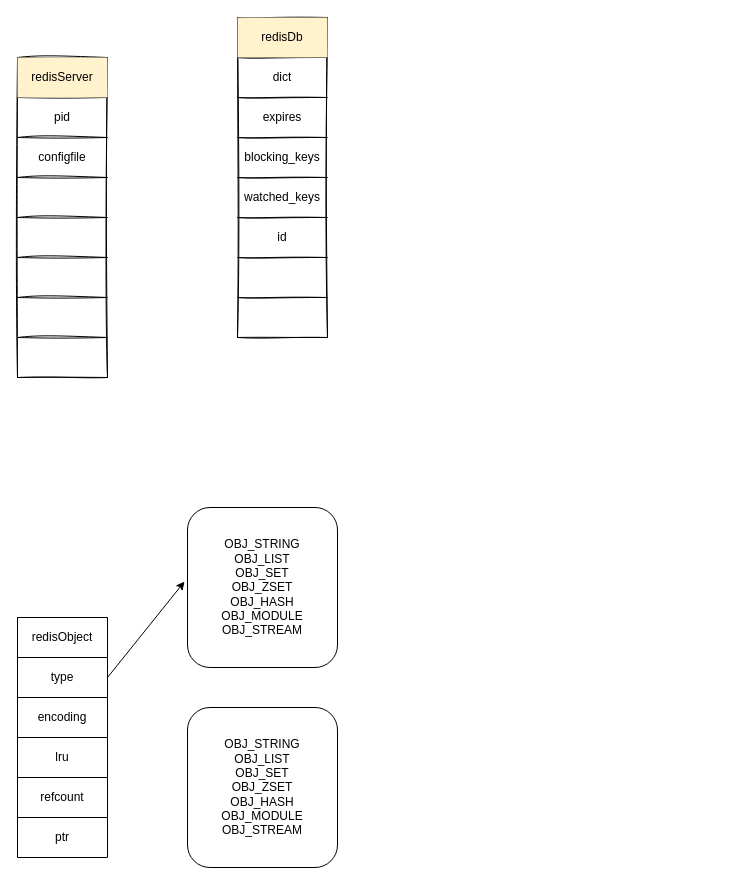
The draw.io diagram redis/redis整体架构.drawio in erlieStar/diagrams, before the edit. Source tidied: cells renumbered, new cells numbered last; positions are measured from the earlier drawing's top-left corner, leaving out a move shared by most shapes. Both pictures are drawn from the tidied source at 100%, with x=0, y=0 at pixel (17, 17).
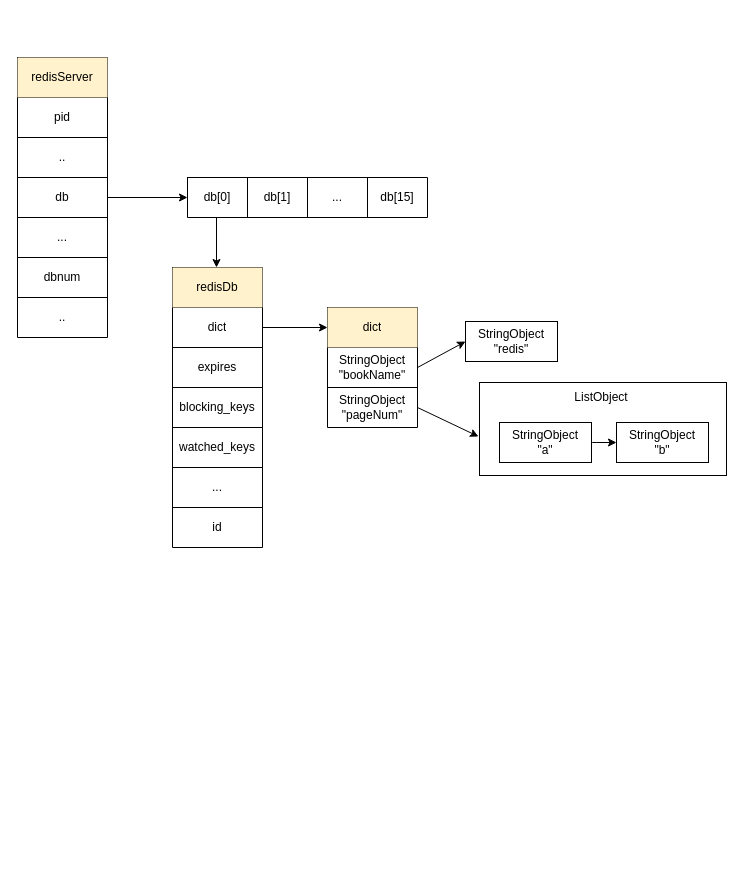
The same page after the edit.

The change refers to these unchanged cells:
```xml
<mxCell id="7" style="shape=partialRectangle;html=1;whiteSpace=wrap;fillColor=none;top=0;left=0;bottom=0;right=0;" parent="2" vertex="1">
  <mxGeometry y="80" width="90" height="40" as="geometry" />
</mxCell>
<mxCell id="9" style="shape=partialRectangle;html=1;whiteSpace=wrap;fillColor=none;top=0;left=0;bottom=0;right=0;points=[[0,0.5],[1,0.5]];portConstraint=eastwest;" parent="2" vertex="1">
  <mxGeometry y="120" width="90" height="40" as="geometry" />
</mxCell>
<mxCell id="11" style="shape=partialRectangle;html=1;whiteSpace=wrap;fillColor=none;top=0;left=0;bottom=0;right=0;" parent="2" vertex="1">
  <mxGeometry y="160" width="90" height="40" as="geometry" />
</mxCell>
<mxCell id="13" style="shape=partialRectangle;html=1;whiteSpace=wrap;fillColor=none;top=0;left=0;bottom=0;right=0;" parent="2" vertex="1">
  <mxGeometry y="200" width="90" height="40" as="geometry" />
</mxCell>
<mxCell id="15" style="shape=partialRectangle;html=1;whiteSpace=wrap;fillColor=none;top=0;left=0;bottom=0;right=0;" parent="2" vertex="1">
  <mxGeometry y="240" width="90" height="40" as="geometry" />
</mxCell>
<mxCell id="22" style="shape=partialRectangle;html=1;whiteSpace=wrap;fillColor=none;top=0;left=0;bottom=0;right=0;points=[[0,0.5],[1,0.5]];portConstraint=eastwest;" parent="19" vertex="1">
  <mxGeometry y="40" width="90" height="40" as="geometry" />
</mxCell>
<mxCell id="30" style="shape=partialRectangle;html=1;whiteSpace=wrap;fillColor=none;top=0;left=0;bottom=0;right=0;" parent="19" vertex="1">
  <mxGeometry y="200" width="90" height="40" as="geometry" />
</mxCell>
<mxCell id="32" style="shape=partialRectangle;html=1;whiteSpace=wrap;fillColor=none;top=0;left=0;bottom=0;right=0;" parent="19" vertex="1">
  <mxGeometry y="240" width="90" height="40" as="geometry" />
</mxCell>
```

Change to the diagram source:
```diff
@@
+    <mxCell id="52" style="rounded=0;whiteSpace=wrap;html=1;sketch=0;" parent="1" vertex="1">
+      <mxGeometry x="462" y="365" width="247" height="93" as="geometry" />
+    </mxCell>
-    <mxCell id="2" style="shape=table;html=1;whiteSpace=wrap;startSize=0;childLayout=tableLayout;sketch=1;" parent="1" vertex="1">
-      <mxGeometry y="40" width="90" height="320" as="geometry" />
+    <mxCell id="2" style="shape=table;html=1;whiteSpace=wrap;startSize=0;childLayout=tableLayout;sketch=0;" parent="1" vertex="1">
+      <mxGeometry y="40" width="90" height="280" as="geometry" />
     </mxCell>
@@
-    <mxCell id="8" value="configfile" style="shape=partialRectangle;html=1;whiteSpace=wrap;fillColor=none;top=0;left=0;bottom=0;right=0;overflow=hidden;" parent="7" vertex="1">
+    <mxCell id="8" value=".." style="shape=partialRectangle;html=1;whiteSpace=wrap;fillColor=none;top=0;left=0;bottom=0;right=0;overflow=hidden;" parent="7" vertex="1">
       <mxGeometry width="90" height="40" as="geometry" />
     </mxCell>
@@
-    <mxCell id="10" style="shape=partialRectangle;html=1;whiteSpace=wrap;fillColor=none;top=0;left=0;bottom=0;right=0;overflow=hidden;" parent="9" vertex="1">
+    <mxCell id="10" value="db" style="shape=partialRectangle;html=1;whiteSpace=wrap;fillColor=none;top=0;left=0;bottom=0;right=0;overflow=hidden;" parent="9" vertex="1">
       <mxGeometry width="90" height="40" as="geometry" />
     </mxCell>
@@
-    <mxCell id="12" style="shape=partialRectangle;html=1;whiteSpace=wrap;fillColor=none;top=0;left=0;bottom=0;right=0;overflow=hidden;" parent="11" vertex="1">
+    <mxCell id="12" value="..." style="shape=partialRectangle;html=1;whiteSpace=wrap;fillColor=none;top=0;left=0;bottom=0;right=0;overflow=hidden;" parent="11" vertex="1">
       <mxGeometry width="90" height="40" as="geometry" />
     </mxCell>
@@
-    <mxCell id="14" style="shape=partialRectangle;html=1;whiteSpace=wrap;fillColor=none;top=0;left=0;bottom=0;right=0;overflow=hidden;" parent="13" vertex="1">
+    <mxCell id="14" value="dbnum" style="shape=partialRectangle;html=1;whiteSpace=wrap;fillColor=none;top=0;left=0;bottom=0;right=0;overflow=hidden;" parent="13" vertex="1">
       <mxGeometry width="90" height="40" as="geometry" />
     </mxCell>
@@
-    <mxCell id="16" style="shape=partialRectangle;html=1;whiteSpace=wrap;fillColor=none;top=0;left=0;bottom=0;right=0;overflow=hidden;" parent="15" vertex="1">
+    <mxCell id="16" value=".." style="shape=partialRectangle;html=1;whiteSpace=wrap;fillColor=none;top=0;left=0;bottom=0;right=0;overflow=hidden;" parent="15" vertex="1">
       <mxGeometry width="90" height="40" as="geometry" />
     </mxCell>
-    <mxCell id="17" style="shape=partialRectangle;html=1;whiteSpace=wrap;fillColor=none;top=0;left=0;bottom=0;right=0;" parent="2" vertex="1">
-      <mxGeometry y="280" width="90" height="40" as="geometry" />
-    </mxCell>
-    <mxCell id="18" style="shape=partialRectangle;html=1;whiteSpace=wrap;fillColor=none;top=0;left=0;bottom=0;right=0;overflow=hidden;" parent="17" vertex="1">
-      <mxGeometry width="90" height="40" as="geometry" />
-    </mxCell>
-    <mxCell id="19" style="shape=table;html=1;whiteSpace=wrap;startSize=0;childLayout=tableLayout;sketch=1;" parent="1" vertex="1">
-      <mxGeometry x="220" width="90" height="320" as="geometry" />
+    <mxCell id="19" style="shape=table;html=1;whiteSpace=wrap;startSize=0;childLayout=tableLayout;sketch=0;" parent="1" vertex="1">
+      <mxGeometry x="155" y="250" width="90" height="280" as="geometry" />
     </mxCell>
@@
-    <mxCell id="31" value="id" style="shape=partialRectangle;html=1;whiteSpace=wrap;fillColor=none;top=0;left=0;bottom=0;right=0;overflow=hidden;" parent="30" vertex="1">
+    <mxCell id="31" value="..." style="shape=partialRectangle;html=1;whiteSpace=wrap;fillColor=none;top=0;left=0;bottom=0;right=0;overflow=hidden;" parent="30" vertex="1">
       <mxGeometry width="90" height="40" as="geometry" />
     </mxCell>
@@
-    <mxCell id="33" style="shape=partialRectangle;html=1;whiteSpace=wrap;fillColor=none;top=0;left=0;bottom=0;right=0;overflow=hidden;" parent="32" vertex="1">
+    <mxCell id="33" value="&lt;span&gt;id&lt;/span&gt;" style="shape=partialRectangle;html=1;whiteSpace=wrap;fillColor=none;top=0;left=0;bottom=0;right=0;overflow=hidden;" parent="32" vertex="1">
       <mxGeometry width="90" height="40" as="geometry" />
     </mxCell>
-    <mxCell id="34" style="shape=partialRectangle;html=1;whiteSpace=wrap;fillColor=none;top=0;left=0;bottom=0;right=0;" parent="19" vertex="1">
-      <mxGeometry y="280" width="90" height="40" as="geometry" />
-    </mxCell>
-    <mxCell id="35" style="shape=partialRectangle;html=1;whiteSpace=wrap;fillColor=none;top=0;left=0;bottom=0;right=0;overflow=hidden;" parent="34" vertex="1">
-      <mxGeometry width="90" height="40" as="geometry" />
-    </mxCell>
-    <mxCell id="36" style="shape=table;html=1;whiteSpace=wrap;startSize=0;childLayout=tableLayout;" parent="1" vertex="1">
-      <mxGeometry y="600" width="90" height="240" as="geometry" />
-    </mxCell>
+    <mxCell id="53" style="shape=table;html=1;whiteSpace=wrap;startSize=0;childLayout=tableLayout;sketch=0;" parent="1" vertex="1">
+      <mxGeometry x="170" y="160" width="240" height="40" as="geometry" />
+    </mxCell>
+    <mxCell id="54" style="shape=partialRectangle;html=1;whiteSpace=wrap;fillColor=none;top=0;left=0;bottom=0;right=0;points=[[0,0.5],[1,0.5]];portConstraint=eastwest;" parent="53" vertex="1">
+      <mxGeometry width="240" height="40" as="geometry" />
+    </mxCell>
+    <mxCell id="55" value="db[0]" style="shape=partialRectangle;html=1;whiteSpace=wrap;fillColor=none;top=0;left=0;bottom=0;right=0;overflow=hidden;" parent="54" vertex="1">
+      <mxGeometry width="60" height="40" as="geometry" />
+    </mxCell>
+    <mxCell id="56" value="db[1]" style="shape=partialRectangle;html=1;whiteSpace=wrap;fillColor=none;top=0;left=0;bottom=0;right=0;overflow=hidden;" parent="54" vertex="1">
+      <mxGeometry x="60" width="60" height="40" as="geometry" />
+    </mxCell>
+    <mxCell id="57" value="..." style="shape=partialRectangle;html=1;whiteSpace=wrap;fillColor=none;top=0;left=0;bottom=0;right=0;overflow=hidden;" parent="54" vertex="1">
+      <mxGeometry x="120" width="60" height="40" as="geometry" />
+    </mxCell>
+    <mxCell id="58" value="db[15]" style="shape=partialRectangle;html=1;whiteSpace=wrap;fillColor=none;top=0;left=0;bottom=0;right=0;overflow=hidden;" parent="54" vertex="1">
+      <mxGeometry x="180" width="60" height="40" as="geometry" />
+    </mxCell>
+    <mxCell id="59" style="edgeStyle=orthogonalEdgeStyle;rounded=0;jettySize=auto;html=1;entryX=0;entryY=0.5;entryDx=0;entryDy=0;" parent="1" edge="1" source="9" target="54">
+      <mxGeometry relative="1" as="geometry" />
+    </mxCell>
+    <mxCell id="60" style="endArrow=classic;html=1;" parent="1" edge="1">
+      <mxGeometry relative="1" as="geometry">
+        <mxPoint x="199" y="200" as="sourcePoint" />
+        <mxPoint x="199" y="250" as="targetPoint" />
+      </mxGeometry>
+    </mxCell>
+    <mxCell id="61" style="shape=table;html=1;whiteSpace=wrap;startSize=0;childLayout=tableLayout;sketch=0;" parent="1" vertex="1">
+      <mxGeometry x="310" y="290" width="90" height="120" as="geometry" />
+    </mxCell>
-    <mxCell id="37" style="shape=partialRectangle;html=1;whiteSpace=wrap;fillColor=none;top=0;left=0;bottom=0;right=0;points=[[0,0.5],[1,0.5]];portConstraint=eastwest;" parent="36" vertex="1">
+    <mxCell id="37" style="shape=partialRectangle;html=1;whiteSpace=wrap;fillColor=none;top=0;left=0;bottom=0;right=0;points=[[0,0.5],[1,0.5]];portConstraint=eastwest;" parent="61" vertex="1">
       <mxGeometry width="90" height="40" as="geometry" />
     </mxCell>
-    <mxCell id="38" value="redisObject" style="shape=partialRectangle;html=1;whiteSpace=wrap;fillColor=none;top=0;left=0;bottom=0;right=0;overflow=hidden;" parent="37" vertex="1">
-      <mxGeometry width="90" height="40" as="geometry" />
-    </mxCell>
+    <mxCell id="62" value="dict" style="shape=partialRectangle;html=1;whiteSpace=wrap;fillColor=#fff2cc;top=0;left=0;bottom=0;right=0;overflow=hidden;strokeColor=#d6b656;" parent="37" vertex="1">
+      <mxGeometry width="90" height="40" as="geometry" />
+    </mxCell>
-    <mxCell id="39" style="shape=partialRectangle;html=1;whiteSpace=wrap;fillColor=none;top=0;left=0;bottom=0;right=0;points=[[0,0.5],[1,0.5]];portConstraint=eastwest;" parent="36" vertex="1">
+    <mxCell id="39" style="shape=partialRectangle;html=1;whiteSpace=wrap;fillColor=none;top=0;left=0;bottom=0;right=0;points=[[0,0.5],[1,0.5]];portConstraint=eastwest;" parent="61" vertex="1">
       <mxGeometry y="40" width="90" height="40" as="geometry" />
     </mxCell>
-    <mxCell id="40" value="type" style="shape=partialRectangle;html=1;whiteSpace=wrap;fillColor=none;top=0;left=0;bottom=0;right=0;overflow=hidden;" parent="39" vertex="1">
-      <mxGeometry width="90" height="40" as="geometry" />
-    </mxCell>
+    <mxCell id="63" value="StringObject&lt;br&gt;&quot;bookName&quot;" style="shape=partialRectangle;html=1;whiteSpace=wrap;fillColor=none;top=0;left=0;bottom=0;right=0;overflow=hidden;" parent="39" vertex="1">
+      <mxGeometry width="90" height="40" as="geometry" />
+    </mxCell>
-    <mxCell id="41" style="shape=partialRectangle;html=1;whiteSpace=wrap;fillColor=none;top=0;left=0;bottom=0;right=0;points=[[0,0.5],[1,0.5]];portConstraint=eastwest;" parent="36" vertex="1">
+    <mxCell id="41" style="shape=partialRectangle;html=1;whiteSpace=wrap;fillColor=none;top=0;left=0;bottom=0;right=0;points=[[0,0.5],[1,0.5]];portConstraint=eastwest;" parent="61" vertex="1">
       <mxGeometry y="80" width="90" height="40" as="geometry" />
     </mxCell>
-    <mxCell id="42" value="encoding" style="shape=partialRectangle;html=1;whiteSpace=wrap;fillColor=none;top=0;left=0;bottom=0;right=0;overflow=hidden;" parent="41" vertex="1">
-      <mxGeometry width="90" height="40" as="geometry" />
-    </mxCell>
-    <mxCell id="43" style="shape=partialRectangle;html=1;whiteSpace=wrap;fillColor=none;top=0;left=0;bottom=0;right=0;" parent="36" vertex="1">
-      <mxGeometry y="120" width="90" height="40" as="geometry" />
-    </mxCell>
-    <mxCell id="44" value="lru" style="shape=partialRectangle;html=1;whiteSpace=wrap;fillColor=none;top=0;left=0;bottom=0;right=0;overflow=hidden;" parent="43" vertex="1">
-      <mxGeometry width="90" height="40" as="geometry" />
-    </mxCell>
-    <mxCell id="45" style="shape=partialRectangle;html=1;whiteSpace=wrap;fillColor=none;top=0;left=0;bottom=0;right=0;" parent="36" vertex="1">
-      <mxGeometry y="160" width="90" height="40" as="geometry" />
-    </mxCell>
-    <mxCell id="46" value="refcount" style="shape=partialRectangle;html=1;whiteSpace=wrap;fillColor=none;top=0;left=0;bottom=0;right=0;overflow=hidden;" parent="45" vertex="1">
-      <mxGeometry width="90" height="40" as="geometry" />
-    </mxCell>
-    <mxCell id="47" style="shape=partialRectangle;html=1;whiteSpace=wrap;fillColor=none;top=0;left=0;bottom=0;right=0;" parent="36" vertex="1">
-      <mxGeometry y="200" width="90" height="40" as="geometry" />
-    </mxCell>
-    <mxCell id="48" value="ptr" style="shape=partialRectangle;html=1;whiteSpace=wrap;fillColor=none;top=0;left=0;bottom=0;right=0;overflow=hidden;" parent="47" vertex="1">
-      <mxGeometry width="90" height="40" as="geometry" />
-    </mxCell>
-    <mxCell id="49" value="&lt;div&gt;OBJ_STRING&lt;/div&gt;&lt;div&gt;OBJ_LIST&lt;/div&gt;&lt;div&gt;OBJ_SET&lt;/div&gt;&lt;div&gt;OBJ_ZSET&lt;/div&gt;&lt;div&gt;OBJ_HASH&lt;/div&gt;&lt;div&gt;OBJ_MODULE&lt;/div&gt;&lt;div&gt;OBJ_STREAM&lt;/div&gt;" style="rounded=1;whiteSpace=wrap;html=1;" parent="1" vertex="1">
-      <mxGeometry x="170" y="490" width="150" height="160" as="geometry" />
-    </mxCell>
-    <mxCell id="50" style="rounded=0;jettySize=auto;html=1;exitX=1;exitY=0.5;exitDx=0;exitDy=0;entryX=-0.02;entryY=0.463;entryDx=0;entryDy=0;entryPerimeter=0;" parent="1" edge="1" source="39" target="49">
-      <mxGeometry relative="1" as="geometry" />
-    </mxCell>
-    <mxCell id="51" value="&lt;div&gt;OBJ_STRING&lt;/div&gt;&lt;div&gt;OBJ_LIST&lt;/div&gt;&lt;div&gt;OBJ_SET&lt;/div&gt;&lt;div&gt;OBJ_ZSET&lt;/div&gt;&lt;div&gt;OBJ_HASH&lt;/div&gt;&lt;div&gt;OBJ_MODULE&lt;/div&gt;&lt;div&gt;OBJ_STREAM&lt;/div&gt;" style="rounded=1;whiteSpace=wrap;html=1;" parent="1" vertex="1">
-      <mxGeometry x="170" y="690" width="150" height="160" as="geometry" />
-    </mxCell>
+    <mxCell id="64" value="StringObject&lt;br&gt;&quot;pageNum&quot;" style="shape=partialRectangle;html=1;whiteSpace=wrap;fillColor=none;top=0;left=0;bottom=0;right=0;overflow=hidden;" parent="41" vertex="1">
+      <mxGeometry width="90" height="40" as="geometry" />
+    </mxCell>
+    <mxCell id="65" style="edgeStyle=orthogonalEdgeStyle;rounded=0;jettySize=auto;html=1;exitX=1;exitY=0.5;exitDx=0;exitDy=0;entryX=0;entryY=0.5;entryDx=0;entryDy=0;" parent="1" edge="1" source="22" target="37">
+      <mxGeometry relative="1" as="geometry" />
+    </mxCell>
+    <mxCell id="66" value="StringObject&lt;br&gt;&quot;redis&quot;" style="rounded=0;whiteSpace=wrap;html=1;sketch=0;" parent="1" vertex="1">
+      <mxGeometry x="448" y="304" width="92" height="40" as="geometry" />
+    </mxCell>
+    <mxCell id="67" style="rounded=0;jettySize=auto;html=1;exitX=1;exitY=0.5;exitDx=0;exitDy=0;entryX=0;entryY=0.5;entryDx=0;entryDy=0;" parent="1" edge="1" source="39" target="66">
+      <mxGeometry relative="1" as="geometry" />
+    </mxCell>
+    <mxCell id="68" style="edgeStyle=orthogonalEdgeStyle;curved=1;rounded=0;jettySize=auto;html=1;exitX=1;exitY=0.5;exitDx=0;exitDy=0;entryX=0;entryY=0.5;entryDx=0;entryDy=0;" parent="1" edge="1" source="69" target="70">
+      <mxGeometry relative="1" as="geometry" />
+    </mxCell>
+    <mxCell id="69" value="StringObject&lt;br&gt;&quot;a&quot;" style="rounded=0;whiteSpace=wrap;html=1;sketch=0;" parent="1" vertex="1">
+      <mxGeometry x="482" y="405" width="92" height="40" as="geometry" />
+    </mxCell>
+    <mxCell id="70" value="StringObject&lt;br&gt;&quot;b&quot;" style="rounded=0;whiteSpace=wrap;html=1;sketch=0;" parent="1" vertex="1">
+      <mxGeometry x="599" y="405" width="92" height="40" as="geometry" />
+    </mxCell>
+    <mxCell id="71" value="ListObject" style="text;html=1;strokeColor=none;fillColor=none;align=center;verticalAlign=middle;whiteSpace=wrap;rounded=0;sketch=0;" parent="1" vertex="1">
+      <mxGeometry x="564" y="370" width="40" height="20" as="geometry" />
+    </mxCell>
+    <mxCell id="72" style="rounded=0;jettySize=auto;html=1;exitX=1;exitY=0.5;exitDx=0;exitDy=0;" parent="1" edge="1" source="41">
+      <mxGeometry relative="1" as="geometry">
+        <mxPoint x="461" y="419" as="targetPoint" />
+      </mxGeometry>
+    </mxCell>
```
